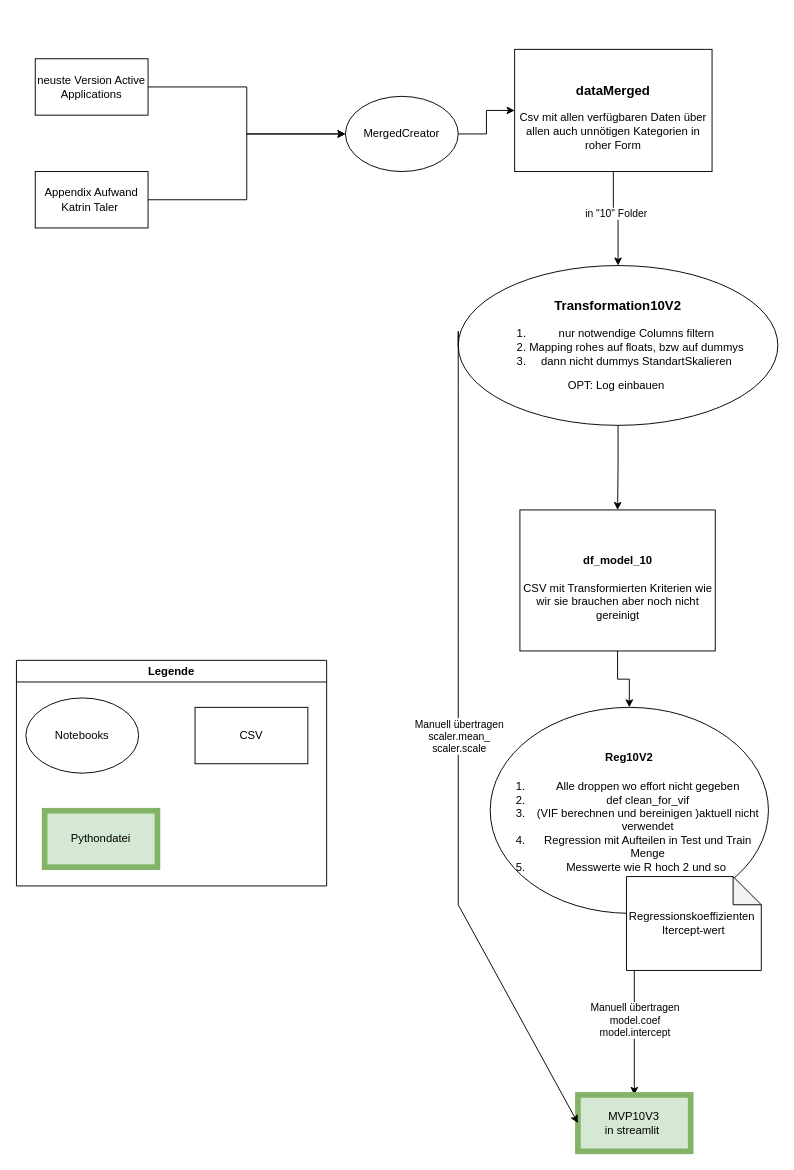
The draw.io diagram RegressionAblauf.drawio in vali9875/skizzen, before the edit. Source tidied: cells renumbered, new cells numbered last; positions are measured from the earlier drawing's top-left corner, leaving out a move shared by most shapes. Both pictures are drawn from the tidied source at 94%, with x=0, y=0 at pixel (16, 49).
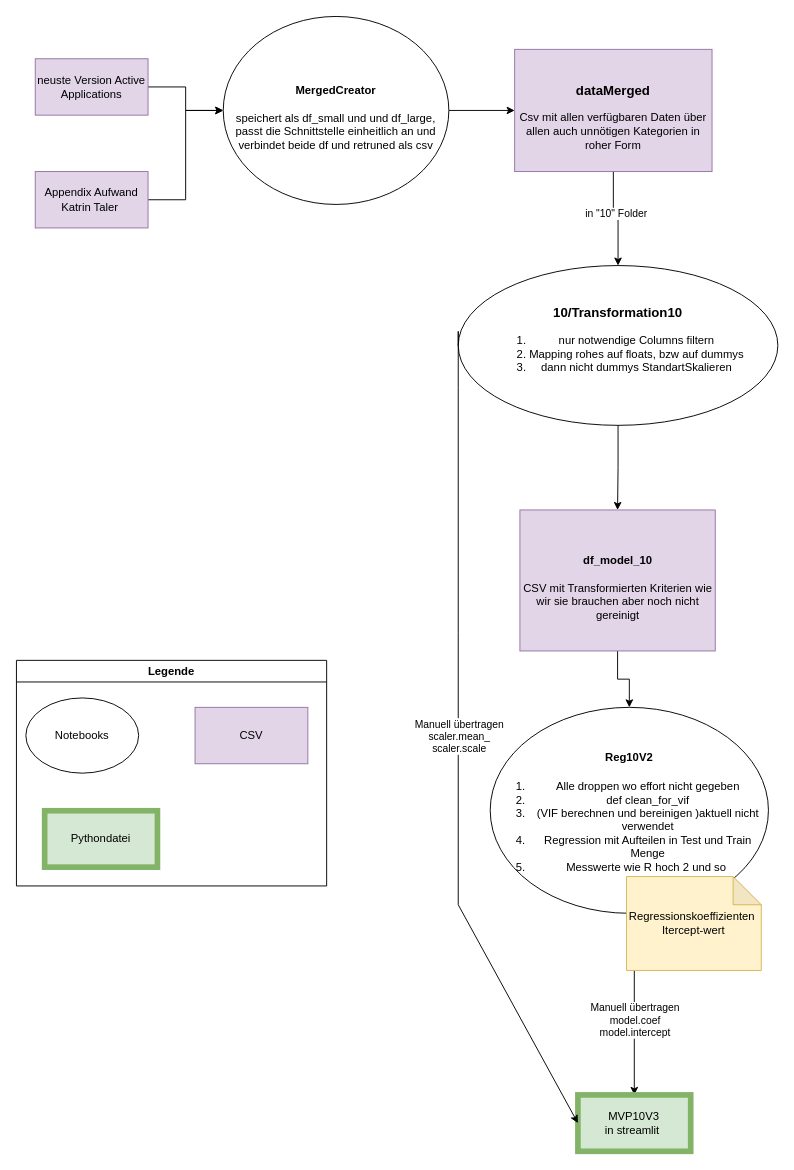
The same page after the edit.

The change refers to these unchanged cells:
```xml
<mxCell id="18" style="group;" parent="1" vertex="1">
  <mxGeometry x="570" y="700" width="230" height="279.9" as="geometry" />
</mxCell>
<mxCell id="23" value="Legende" style="swimlane;whiteSpace=wrap;html=1;" parent="1" vertex="1">
  <mxGeometry y="650" width="330" height="240" as="geometry" />
</mxCell>
```

Diff of the diagram source:
```diff
@@
-    <mxCell id="3" value="neuste Version Active Applications" style="rounded=0;whiteSpace=wrap;html=1;" parent="1" vertex="1">
+    <mxCell id="3" value="neuste Version Active Applications" style="rounded=0;whiteSpace=wrap;html=1;fillColor=#e1d5e7;strokeColor=#9673a6;" parent="1" vertex="1">
       <mxGeometry x="20" y="10" width="120" height="60" as="geometry" />
     </mxCell>
@@
-    <mxCell id="5" value="Appendix Aufwand Katrin Taler&amp;nbsp;" style="rounded=0;whiteSpace=wrap;html=1;" parent="1" vertex="1">
+    <mxCell id="5" value="Appendix Aufwand Katrin Taler&amp;nbsp;" style="rounded=0;whiteSpace=wrap;html=1;fillColor=#e1d5e7;strokeColor=#9673a6;" parent="1" vertex="1">
       <mxGeometry x="20" y="130" width="120" height="60" as="geometry" />
     </mxCell>
@@
-    <mxCell id="7" value="MergedCreator" style="ellipse;whiteSpace=wrap;html=1;" parent="1" vertex="1">
-      <mxGeometry x="350" y="50" width="120" height="80" as="geometry" />
+    <mxCell id="7" value="&lt;h4&gt;MergedCreator&lt;/h4&gt;&lt;div&gt;speichert als df_small und und df_large, passt die Schnittstelle einheitlich an und verbindet beide df und retruned als csv&lt;/div&gt;" style="ellipse;whiteSpace=wrap;html=1;" parent="1" vertex="1">
+      <mxGeometry x="220" y="-35" width="240" height="200" as="geometry" />
     </mxCell>
@@
-    <mxCell id="10" value="&lt;h3&gt;dataMerged&lt;/h3&gt;&lt;div&gt;Csv mit allen verfügbaren Daten über allen auch unnötigen Kategorien in roher Form&lt;/div&gt;" style="rounded=0;whiteSpace=wrap;html=1;" parent="1" vertex="1">
+    <mxCell id="10" value="&lt;h3&gt;dataMerged&lt;/h3&gt;&lt;div&gt;Csv mit allen verfügbaren Daten über allen auch unnötigen Kategorien in roher Form&lt;/div&gt;" style="rounded=0;whiteSpace=wrap;html=1;fillColor=#e1d5e7;strokeColor=#9673a6;" parent="1" vertex="1">
       <mxGeometry x="530" width="210" height="130" as="geometry" />
     </mxCell>
@@
-    <mxCell id="12" value="&lt;h3&gt;Transformation10V2&lt;/h3&gt;&lt;div&gt;&lt;ol&gt;&lt;li&gt;nur notwendige Columns filtern&lt;/li&gt;&lt;li&gt;Mapping rohes auf floats, bzw auf dummys&lt;/li&gt;&lt;li&gt;dann nicht dummys StandartSkalieren&lt;/li&gt;&lt;/ol&gt;&lt;div&gt;OPT: Log einbauen&amp;nbsp;&lt;/div&gt;&lt;/div&gt;&lt;div&gt;&lt;br&gt;&lt;/div&gt;" style="ellipse;whiteSpace=wrap;html=1;" parent="1" vertex="1">
+    <mxCell id="12" value="&lt;h3&gt;10/Transformation10&lt;/h3&gt;&lt;div&gt;&lt;ol&gt;&lt;li&gt;nur notwendige Columns filtern&lt;/li&gt;&lt;li&gt;Mapping rohes auf floats, bzw auf dummys&lt;/li&gt;&lt;li&gt;dann nicht dummys StandartSkalieren&lt;/li&gt;&lt;/ol&gt;&lt;div&gt;&lt;br&gt;&lt;/div&gt;&lt;/div&gt;" style="ellipse;whiteSpace=wrap;html=1;" parent="1" vertex="1">
       <mxGeometry x="470" y="230" width="340" height="170" as="geometry" />
     </mxCell>
@@
-    <mxCell id="14" value="&lt;h4&gt;df_model_10&lt;/h4&gt;&lt;div&gt;CSV mit Transformierten Kriterien wie wir sie brauchen aber noch nicht gereinigt&lt;/div&gt;" style="rounded=0;whiteSpace=wrap;html=1;" parent="1" vertex="1">
+    <mxCell id="14" value="&lt;h4&gt;df_model_10&lt;/h4&gt;&lt;div&gt;CSV mit Transformierten Kriterien wie wir sie brauchen aber noch nicht gereinigt&lt;/div&gt;" style="rounded=0;whiteSpace=wrap;html=1;fillColor=#e1d5e7;strokeColor=#9673a6;" parent="1" vertex="1">
       <mxGeometry x="535.6" y="490" width="207.8" height="150" as="geometry" />
     </mxCell>
@@
-    <mxCell id="20" value="Regressionskoeffizienten&amp;nbsp;&lt;div&gt;Itercept-wert&lt;/div&gt;" style="shape=note;whiteSpace=wrap;html=1;backgroundOutline=1;darkOpacity=0.05;" parent="18" vertex="1">
+    <mxCell id="20" value="Regressionskoeffizienten&amp;nbsp;&lt;div&gt;Itercept-wert&lt;/div&gt;" style="shape=note;whiteSpace=wrap;html=1;backgroundOutline=1;darkOpacity=0.05;fillColor=#fff2cc;strokeColor=#d6b656;" parent="18" vertex="1">
       <mxGeometry x="79" y="180" width="143.4" height="99.9" as="geometry" />
     </mxCell>
@@
-    <mxCell id="25" value="CSV" style="rounded=0;whiteSpace=wrap;html=1;" parent="23" vertex="1">
+    <mxCell id="25" value="CSV" style="rounded=0;whiteSpace=wrap;html=1;fillColor=#e1d5e7;strokeColor=#9673a6;" parent="23" vertex="1">
       <mxGeometry x="190" y="50" width="120" height="60" as="geometry" />
     </mxCell>
```
